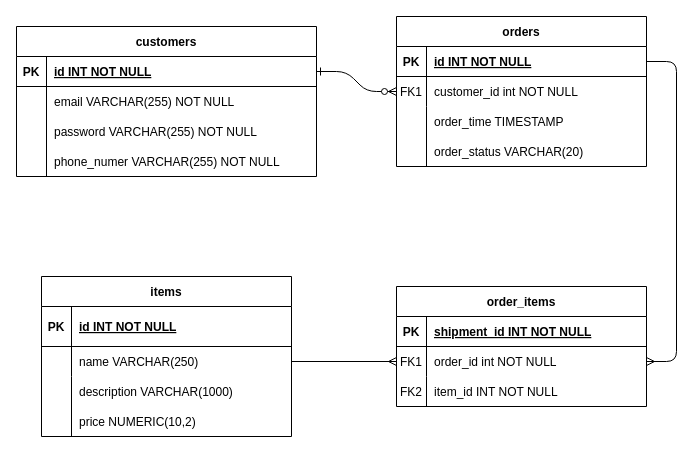
The draw.io diagram diagrams/erd.drawio in BryceHaley/LHL-MT, before the edit. Source tidied: cells renumbered, new cells numbered last; positions are measured from the earlier drawing's top-left corner, leaving out a move shared by most shapes. Both pictures are drawn from the tidied source at 100%, with x=0, y=0 at pixel (16, 16).
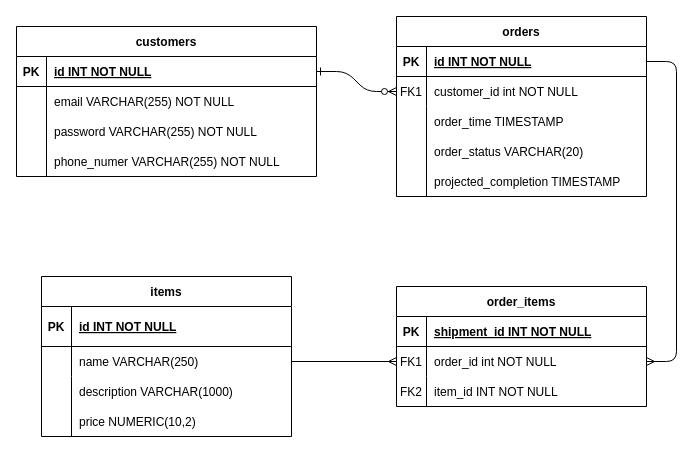
The same page after the edit.

Change to the diagram source:
```diff
@@
     <mxCell id="4" value="orders" style="shape=table;startSize=30;childLayout=tableLayout;rowLines=0;fontStyle=1;align=center;" parent="1" vertex="1">
-      <mxGeometry x="380" width="250" height="150" as="geometry" />
+      <mxGeometry x="380" width="250" height="180" as="geometry" />
     </mxCell>
@@
+    <mxCell id="52" style="shape=partialRectangle;overflow=hidden;fillColor=none;top=0;left=0;bottom=0;right=1;" parent="1" vertex="1">
+      <mxGeometry x="380" y="150" width="30" height="30" as="geometry" />
+    </mxCell>
+    <mxCell id="53" style="shape=partialRectangle;fillColor=none;top=0;left=0;right=0;bottom=0;" parent="1" vertex="1">
+      <mxGeometry x="380" y="150" width="250" height="30" as="geometry" />
+    </mxCell>
+    <mxCell id="54" style="shape=partialRectangle;overflow=hidden;fillColor=none;top=0;left=0;bottom=0;right=0;" parent="53" vertex="1">
+      <mxGeometry width="30" height="30" as="geometry" />
+    </mxCell>
+    <mxCell id="55" value="projected_completion TIMESTAMP" style="shape=partialRectangle;overflow=hidden;fillColor=none;top=0;left=0;bottom=0;right=0;align=left;spacingLeft=6;" parent="53" vertex="1">
+      <mxGeometry x="30" width="220" height="30" as="geometry" />
+    </mxCell>
```
